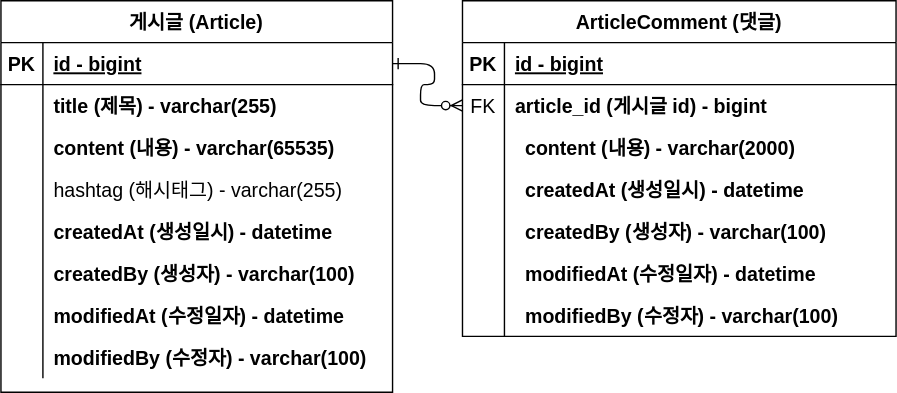
qnddjKJH/fc-project-board keeps this draw.io diagram as document/project-board-erd.svg. Above is the earlier version. Source tidied: cells renumbered, new cells last; positions are measured from the earlier drawing's top-left corner, leaving out a move shared by most shapes.
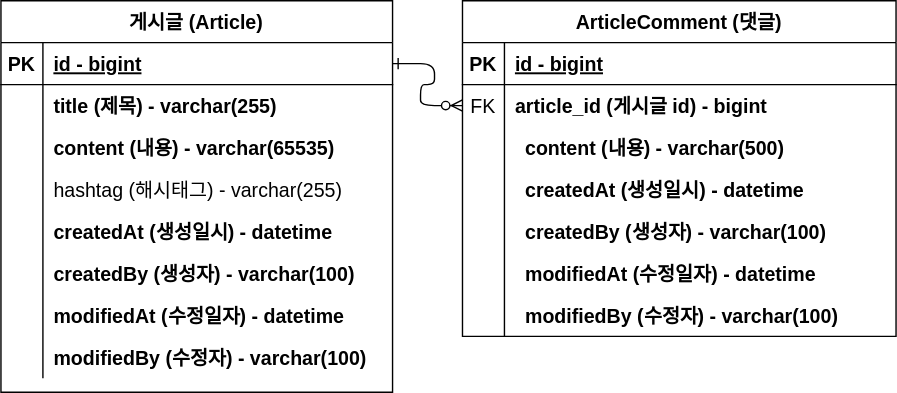
Above is the later version.

Commit message:
#10-erd update: content size 조정

What changed in the source:
```diff
@@ -116,7 +116,7 @@
     <mxCell id="39" value="    " style="shape=partialRectangle;overflow=hidden;fillColor=none;top=0;left=0;bottom=0;right=0;fontSize=14;" parent="38" vertex="1">
       <mxGeometry width="37.2" height="30" as="geometry" />
     </mxCell>
-    <mxCell id="40" value="content (내용) - varchar(2000)" style="shape=partialRectangle;overflow=hidden;fillColor=none;top=0;left=0;bottom=0;right=0;align=left;spacingLeft=6;fontSize=14;fontStyle=1;" parent="38" vertex="1">
+    <mxCell id="40" value="content (내용) - varchar(500)" style="shape=partialRectangle;overflow=hidden;fillColor=none;top=0;left=0;bottom=0;right=0;align=left;spacingLeft=6;fontSize=14;fontStyle=1;" parent="38" vertex="1">
       <mxGeometry x="37.2" width="272.8" height="30" as="geometry" />
     </mxCell>
     <mxCell id="41" style="shape=partialRectangle;fillColor=none;top=0;left=0;right=0;bottom=0;fontSize=14;" parent="1" vertex="1">
```
